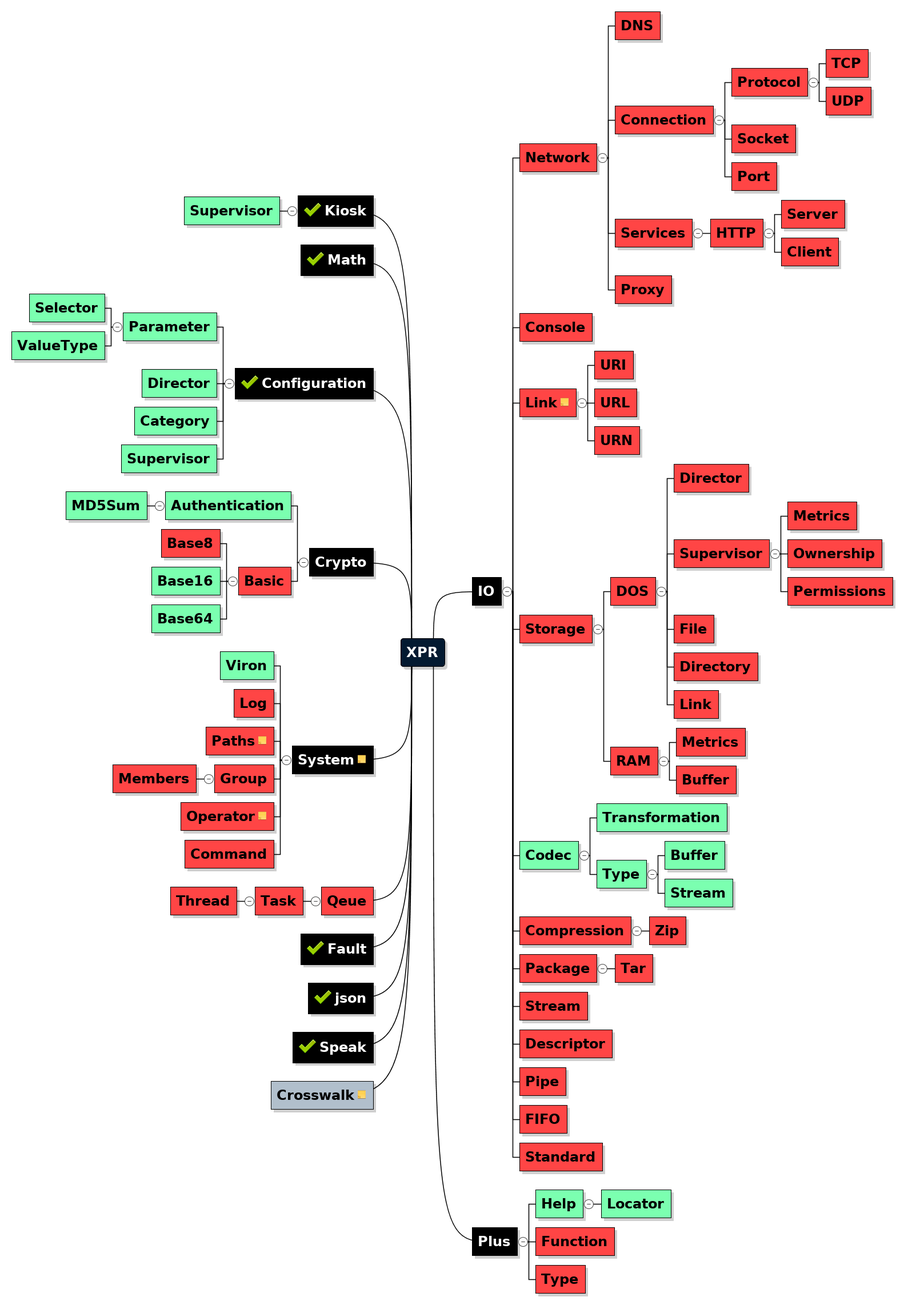
hypersoft/XPR keeps this Mermaid diagram as XPR-MAP.png. Above is the earlier version. Its source is kept beside it as XPR-MAP.mmd.
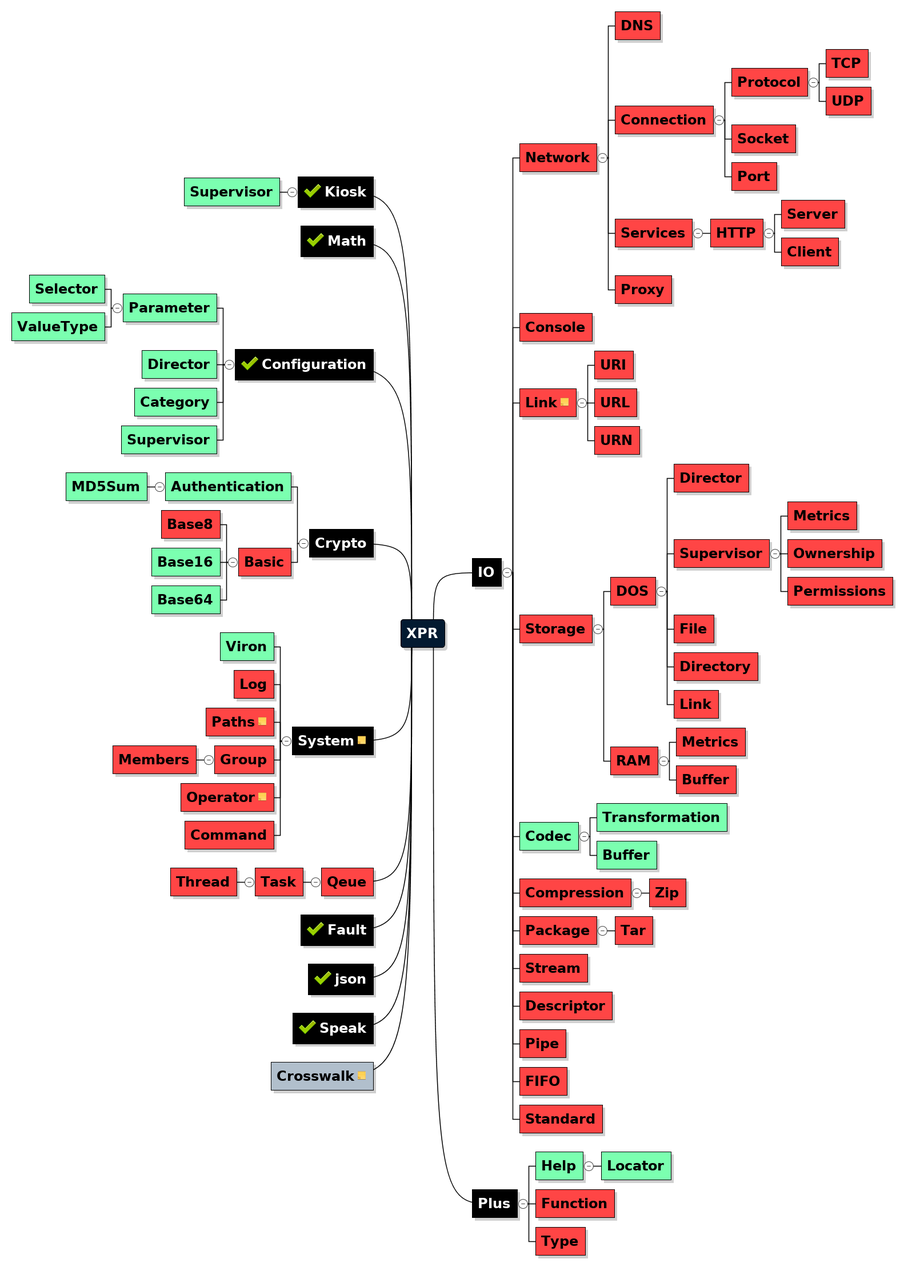
The same file after the commit.

Change to the diagram source:
```diff
@@ -211,16 +211,8 @@
 > fillColor=`#7BFFB0`,textColor=`#000000`
 
 
-#### Type
+#### Buffer
 > fillColor=`#7BFFB0`,textColor=`#000000`
-
-
-##### Buffer
-> fillColor=`#7BFFB0`,textColor=`#000000`
-
-
-##### Stream
-> collapsed=`true`,fillColor=`#7BFFB0`,textColor=`#000000`
 
 
 ### Compression
```
